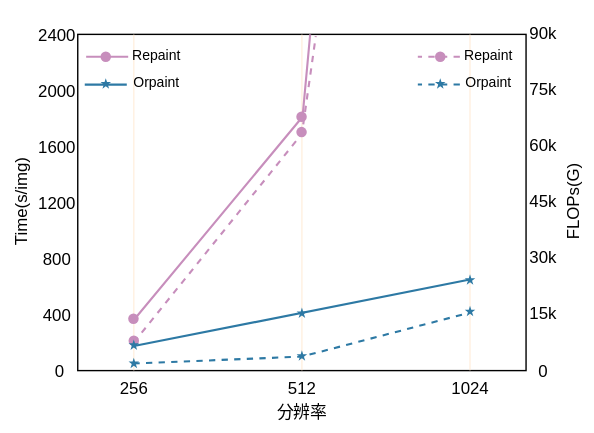
Before: img_in_paper/textunet.drawio.svg, a diagram exported from draw.io (YMlinfeng/undergraduate_thesis). Source tidied: cells renumbered, new cells last; positions are measured from the earlier drawing's top-left corner, leaving out a move shared by most shapes.
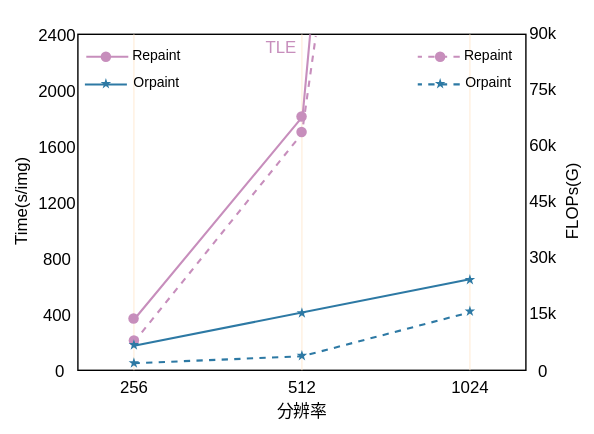
Later version of the same file.

What changed in the source:
```diff
@@ -196,5 +196,8 @@
     <mxCell id="52" style="verticalLabelPosition=bottom;verticalAlign=top;html=1;shape=mxgraph.basic.star;fillColor=#2d79a4;strokeColor=none;" parent="2" vertex="1">
       <mxGeometry x="331.2" y="217.8" width="7.5" height="7.5" as="geometry" />
     </mxCell>
+    <mxCell id="53" value="&lt;font color=&quot;#c78ebc&quot;&gt;TLE&lt;/font&gt;" style="text;html=1;align=center;verticalAlign=middle;strokeColor=none;fillColor=none;" parent="2" vertex="1">
+      <mxGeometry x="175" y="19" width="50" height="30" as="geometry" />
+    </mxCell>
   </root>
 </mxGraphModel>
```
